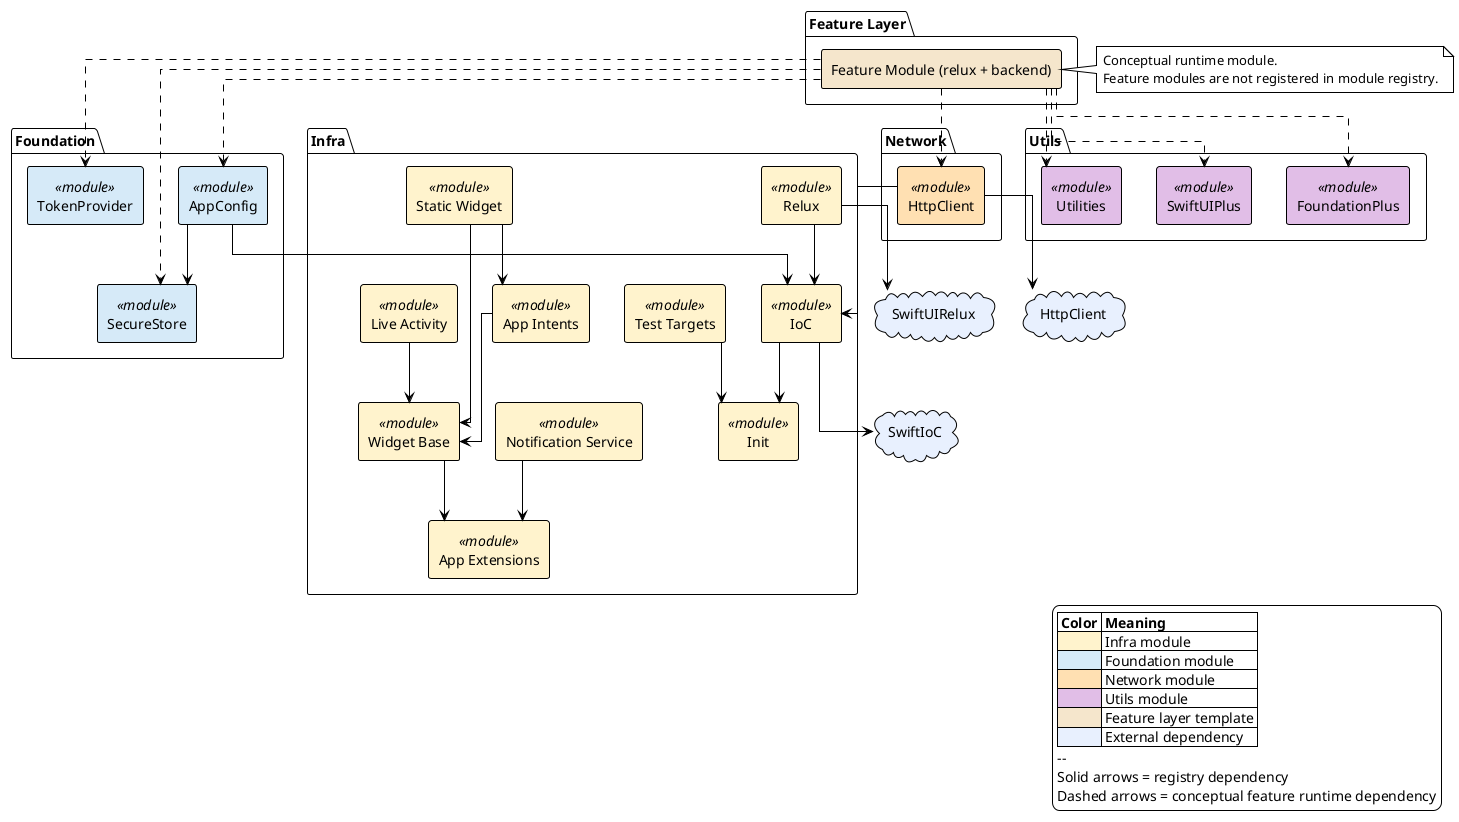
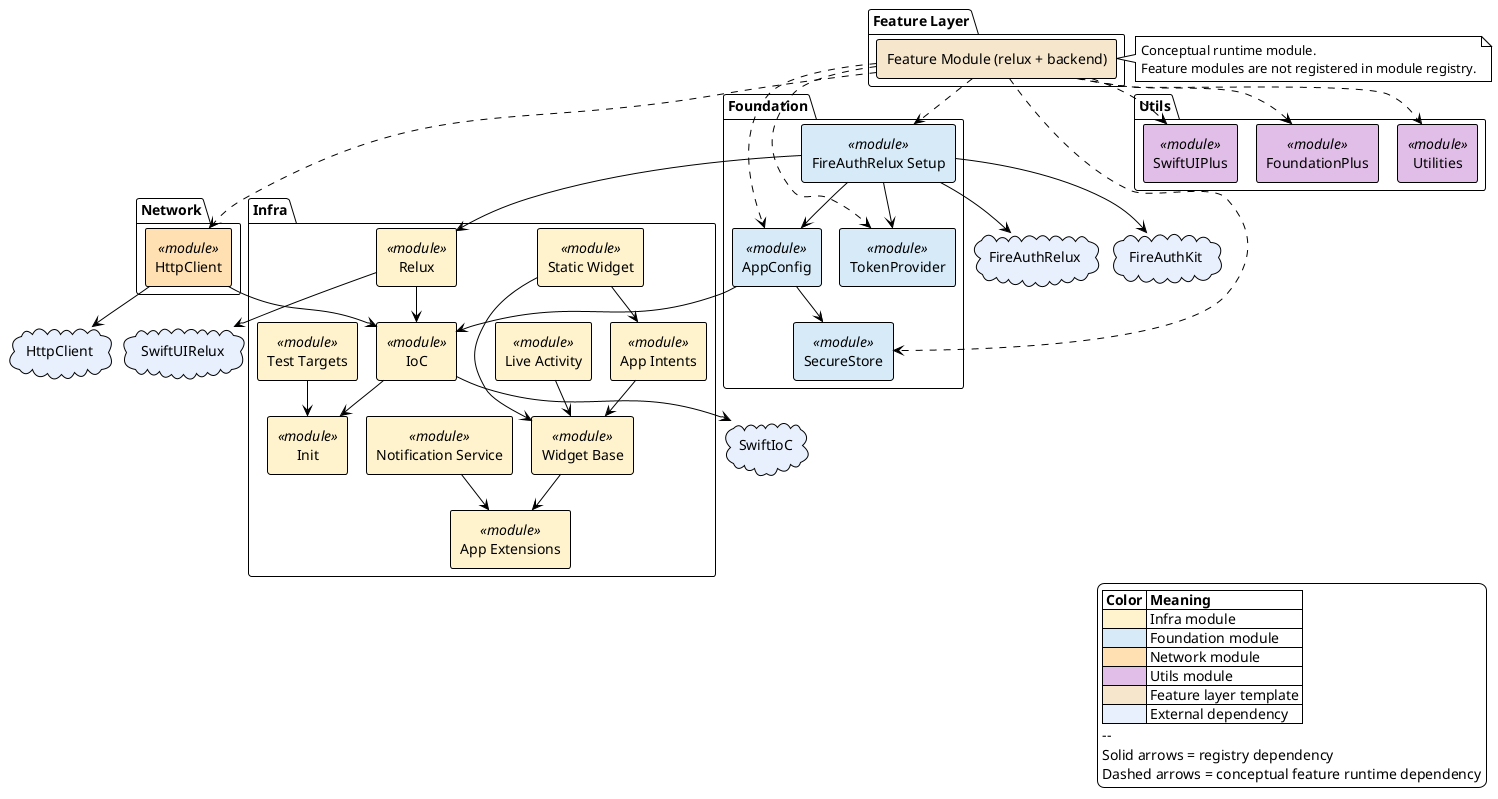
@startuml scaffolding-pipeline
!theme plain
+ !pragma layout smetana

skinparam linetype ortho
skinparam componentStyle rectangle

cloud "HttpClient" as ext_httpclient #E8F0FE
cloud "SwiftIoC" as ext_swiftioc #E8F0FE
cloud "SwiftUIRelux" as ext_swiftuirelux #E8F0FE
+ cloud "FireAuthRelux" as ext_fireauthrelux #E8F0FE
+ cloud "FireAuthKit" as ext_fireauthkit #E8F0FE

package "Infra" {
  component "App Extensions" as mod_app_extensions <<module>> #FFF3CD
  component "App Intents" as mod_app_intents <<module>> #FFF3CD
  component "Init" as mod_init <<module>> #FFF3CD
  component "IoC" as mod_ioc <<module>> #FFF3CD
  component "Live Activity" as mod_live_activity <<module>> #FFF3CD
  component "Notification Service" as mod_notification_service <<module>> #FFF3CD
  component "Relux" as mod_relux <<module>> #FFF3CD
  component "Static Widget" as mod_static_widget <<module>> #FFF3CD
  component "Test Targets" as mod_test_targets <<module>> #FFF3CD
  component "Widget Base" as mod_widget_base <<module>> #FFF3CD
}

package "Foundation" {
  component "AppConfig" as mod_app_config <<module>> #D6EAF8
  component "SecureStore" as mod_secure_store <<module>> #D6EAF8
  component "TokenProvider" as mod_token_provider <<module>> #D6EAF8
+   component "FireAuthRelux Setup" as mod_fireauth_relux <<module>> #D6EAF8
}

package "Network" {
  component "HttpClient" as mod_http_client <<module>> #FFE0B2
}

package "Utils" {
  component "FoundationPlus" as mod_foundation_plus <<module>> #E1BEE7
  component "SwiftUIPlus" as mod_swiftui_plus <<module>> #E1BEE7
  component "Utilities" as mod_utilities <<module>> #E1BEE7
}

package "Feature Layer" {
  [Feature Module (relux + backend)] as FeatureModule #F5E6CC
}

note right of FeatureModule
  Conceptual runtime module.
  Feature modules are not registered in module registry.
end note

FeatureModule ..> mod_app_config
FeatureModule ..> mod_secure_store
FeatureModule ..> mod_token_provider
+ FeatureModule ..> mod_fireauth_relux
FeatureModule ..> mod_http_client
FeatureModule ..> mod_foundation_plus
FeatureModule ..> mod_swiftui_plus
FeatureModule ..> mod_utilities

mod_app_intents --> mod_widget_base
mod_ioc --> mod_init
mod_live_activity --> mod_widget_base
mod_notification_service --> mod_app_extensions
mod_relux --> mod_ioc
mod_static_widget --> mod_app_intents
mod_static_widget --> mod_widget_base
mod_test_targets --> mod_init
mod_widget_base --> mod_app_extensions
mod_app_config --> mod_ioc
mod_app_config --> mod_secure_store
+ mod_fireauth_relux --> mod_relux
+ mod_fireauth_relux --> mod_token_provider
+ mod_fireauth_relux --> mod_app_config
mod_http_client --> mod_ioc

mod_ioc --> ext_swiftioc
mod_relux --> ext_swiftuirelux
mod_http_client --> ext_httpclient
+ mod_fireauth_relux --> ext_fireauthrelux
+ mod_fireauth_relux --> ext_fireauthkit

legend right
  |= Color |= Meaning |
  | <#FFF3CD> | Infra module |
  | <#D6EAF8> | Foundation module |
  | <#FFE0B2> | Network module |
  | <#E1BEE7> | Utils module |
  | <#F5E6CC> | Feature layer template |
  | <#E8F0FE> | External dependency |
  --
  Solid arrows = registry dependency
  Dashed arrows = conceptual feature runtime dependency
endlegend

@enduml
